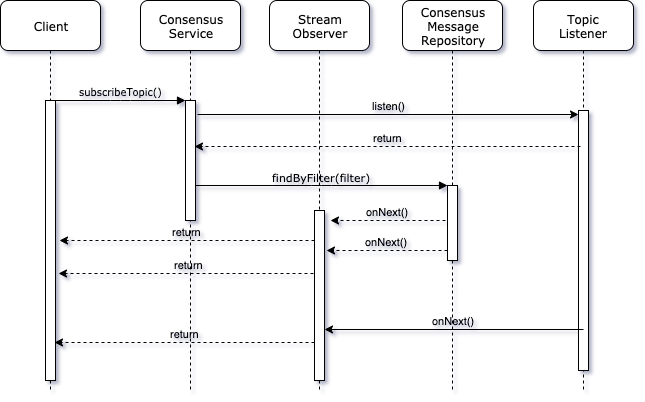
The draw.io diagram docs/design/hcs-consensus-service.png in hashgraph/hedera-mirror-node, before a commit. Source tidied: cells renumbered, new cells last; positions are measured from the earlier drawing's top-left corner, leaving out a move shared by most shapes.
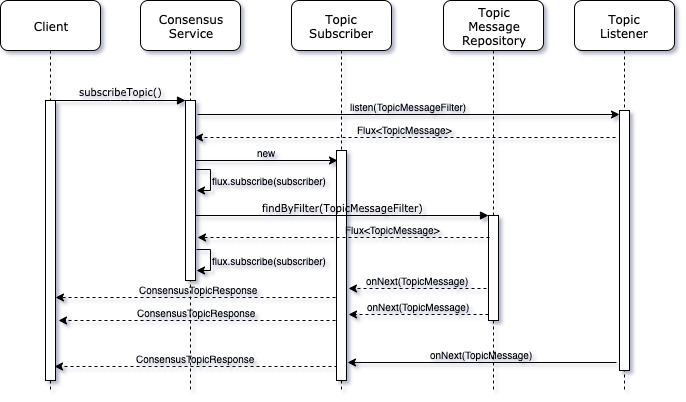
The same file after the commit.

Commit message:
Review feedback

Diff of the diagram source:
```diff
@@ -6,22 +6,33 @@
       <mxGeometry x="140" width="100" height="390" as="geometry" />
     </mxCell>
     <mxCell id="3" style="html=1;points=[];perimeter=orthogonalPerimeter;rounded=0;shadow=0;comic=0;labelBackgroundColor=none;strokeWidth=1;fontFamily=Verdana;fontSize=12;align=center;" parent="2" vertex="1">
-      <mxGeometry x="45" y="100" width="10" height="120" as="geometry" />
+      <mxGeometry x="45" y="100" width="10" height="180" as="geometry" />
     </mxCell>
+    <mxCell id="22" value="flux.subscribe(subscriber)" style="edgeStyle=orthogonalEdgeStyle;rounded=0;orthogonalLoop=1;jettySize=auto;html=1;labelBackgroundColor=none;fontSize=10;labelPosition=right;verticalLabelPosition=middle;align=left;verticalAlign=middle;" parent="2" edge="1">
+      <mxGeometry relative="1" as="geometry">
+        <mxPoint x="56" y="169" as="sourcePoint" />
+        <mxPoint x="56" y="190" as="targetPoint" />
+        <Array as="points">
+          <mxPoint x="70" y="169" />
+          <mxPoint x="70" y="190" />
+          <mxPoint x="56" y="190" />
+        </Array>
+      </mxGeometry>
+    </mxCell>
-    <mxCell id="4" value="Consensus&lt;br&gt;Message&lt;br&gt;Repository" style="shape=umlLifeline;perimeter=lifelinePerimeter;whiteSpace=wrap;html=1;rounded=1;shadow=0;comic=0;labelBackgroundColor=none;strokeWidth=1;fontFamily=Verdana;fontSize=12;align=center;size=50;" parent="1" vertex="1">
-      <mxGeometry x="402" width="100" height="390" as="geometry" />
+    <mxCell id="4" value="Topic&lt;br&gt;Message&lt;br&gt;Repository" style="shape=umlLifeline;perimeter=lifelinePerimeter;whiteSpace=wrap;html=1;rounded=1;shadow=0;comic=0;labelBackgroundColor=none;strokeWidth=1;fontFamily=Verdana;fontSize=12;align=center;size=50;" parent="1" vertex="1">
+      <mxGeometry x="443" width="100" height="390" as="geometry" />
     </mxCell>
     <mxCell id="5" style="html=1;points=[];perimeter=orthogonalPerimeter;rounded=0;shadow=0;comic=0;labelBackgroundColor=none;strokeWidth=1;fontFamily=Verdana;fontSize=12;align=center;" parent="4" vertex="1">
-      <mxGeometry x="45" y="185" width="10" height="75" as="geometry" />
+      <mxGeometry x="45" y="215" width="10" height="105" as="geometry" />
     </mxCell>
     <mxCell id="6" value="Topic&lt;br&gt;Listener" style="shape=umlLifeline;perimeter=lifelinePerimeter;whiteSpace=wrap;html=1;rounded=1;shadow=0;comic=0;labelBackgroundColor=none;strokeWidth=1;fontFamily=Verdana;fontSize=12;align=center;size=50;" parent="1" vertex="1">
-      <mxGeometry x="533" width="100" height="390" as="geometry" />
+      <mxGeometry x="574" width="100" height="390" as="geometry" />
     </mxCell>
     <mxCell id="7" style="html=1;points=[];perimeter=orthogonalPerimeter;rounded=0;shadow=0;comic=0;labelBackgroundColor=none;strokeWidth=1;fontFamily=Verdana;fontSize=12;align=center;" parent="6" vertex="1">
       <mxGeometry x="45" y="110" width="10" height="260" as="geometry" />
     </mxCell>
-    <mxCell id="8" value="Stream&lt;br&gt;Observer" style="shape=umlLifeline;perimeter=lifelinePerimeter;whiteSpace=wrap;html=1;rounded=1;shadow=0;comic=0;labelBackgroundColor=none;strokeWidth=1;fontFamily=Verdana;fontSize=12;align=center;size=50;" parent="1" vertex="1">
-      <mxGeometry x="269" width="100" height="390" as="geometry" />
+    <mxCell id="8" value="Topic&lt;br&gt;Subscriber" style="shape=umlLifeline;perimeter=lifelinePerimeter;whiteSpace=wrap;html=1;rounded=1;shadow=0;comic=0;labelBackgroundColor=none;strokeWidth=1;fontFamily=Verdana;fontSize=12;align=center;size=50;" parent="1" vertex="1">
+      <mxGeometry x="291" width="100" height="390" as="geometry" />
     </mxCell>
     <mxCell id="9" value="Client" style="shape=umlLifeline;perimeter=lifelinePerimeter;whiteSpace=wrap;html=1;rounded=1;shadow=0;comic=0;labelBackgroundColor=none;strokeWidth=1;fontFamily=Verdana;fontSize=12;align=center;size=50;" parent="1" vertex="1">
       <mxGeometry width="100" height="390" as="geometry" />
@@ -29,56 +40,82 @@
     <mxCell id="10" style="html=1;points=[];perimeter=orthogonalPerimeter;rounded=0;shadow=0;comic=0;labelBackgroundColor=none;strokeWidth=1;fontFamily=Verdana;fontSize=12;align=center;" parent="9" vertex="1">
       <mxGeometry x="45" y="100" width="10" height="280" as="geometry" />
     </mxCell>
-    <mxCell id="11" value="return" style="edgeStyle=orthogonalEdgeStyle;rounded=0;orthogonalLoop=1;jettySize=auto;html=1;labelBackgroundColor=none;labelPosition=center;verticalLabelPosition=top;align=center;verticalAlign=bottom;dashed=1;" parent="1" edge="1">
+    <mxCell id="11" value="ConsensusTopicResponse" style="edgeStyle=orthogonalEdgeStyle;rounded=0;jettySize=auto;html=1;labelBackgroundColor=none;labelPosition=center;verticalLabelPosition=top;align=center;verticalAlign=bottom;dashed=1;entryX=1;entryY=0.679;entryDx=0;entryDy=0;entryPerimeter=0;exitX=0.5;exitY=0.639;exitDx=0;exitDy=0;exitPerimeter=0;fontSize=10;" parent="1" edge="1" source="14">
       <mxGeometry relative="1" as="geometry">
-        <mxPoint x="314" y="240" as="sourcePoint" />
-        <mxPoint x="59" y="240" as="targetPoint" />
+        <mxPoint x="55" y="297" as="targetPoint" />
       </mxGeometry>
     </mxCell>
-    <mxCell id="12" value="return" style="edgeStyle=orthogonalEdgeStyle;rounded=0;jettySize=auto;html=1;entryX=1.3;entryY=0.618;entryDx=0;entryDy=0;entryPerimeter=0;dashed=1;labelBackgroundColor=none;fontSize=11;exitX=0.5;exitY=0.371;exitDx=0;exitDy=0;exitPerimeter=0;labelPosition=center;verticalLabelPosition=top;align=center;verticalAlign=bottom;" parent="1" edge="1" source="14" target="10">
-      <mxGeometry relative="1" as="geometry" />
+    <mxCell id="12" value="ConsensusTopicResponse" style="edgeStyle=orthogonalEdgeStyle;rounded=0;orthogonalLoop=1;jettySize=auto;html=1;entryX=1.3;entryY=0.618;entryDx=0;entryDy=0;entryPerimeter=0;dashed=1;labelBackgroundColor=none;fontSize=10;exitX=-0.1;exitY=0.7;exitDx=0;exitDy=0;exitPerimeter=0;labelPosition=center;verticalLabelPosition=top;align=center;verticalAlign=bottom;" parent="1" edge="1">
+      <mxGeometry relative="1" as="geometry">
+        <mxPoint x="335" y="320" as="sourcePoint" />
+        <mxPoint x="58" y="320" as="targetPoint" />
+      </mxGeometry>
     </mxCell>
-    <mxCell id="13" value="return" style="edgeStyle=orthogonalEdgeStyle;rounded=0;jettySize=auto;html=1;entryX=0.9;entryY=0.864;entryDx=0;entryDy=0;entryPerimeter=0;dashed=1;labelBackgroundColor=none;fontSize=11;exitX=0;exitY=0.776;exitDx=0;exitDy=0;exitPerimeter=0;labelPosition=center;verticalLabelPosition=top;align=center;verticalAlign=bottom;" parent="1" edge="1" source="14" target="10">
-      <mxGeometry relative="1" as="geometry" />
+    <mxCell id="13" value="ConsensusTopicResponse" style="edgeStyle=orthogonalEdgeStyle;rounded=0;jettySize=auto;html=1;dashed=1;labelBackgroundColor=none;fontSize=10;exitX=0;exitY=0.943;exitDx=0;exitDy=0;exitPerimeter=0;labelPosition=center;verticalLabelPosition=top;align=center;verticalAlign=bottom;" parent="1" edge="1" source="14">
+      <mxGeometry relative="1" as="geometry">
+        <mxPoint x="54" y="366" as="targetPoint" />
+        <Array as="points">
+          <mxPoint x="336" y="366" />
+          <mxPoint x="54" y="366" />
+        </Array>
+      </mxGeometry>
     </mxCell>
     <mxCell id="14" style="html=1;points=[];perimeter=orthogonalPerimeter;rounded=0;shadow=0;comic=0;labelBackgroundColor=none;strokeColor=#000000;strokeWidth=1;fillColor=#FFFFFF;fontFamily=Verdana;fontSize=12;fontColor=#000000;align=center;" parent="1" vertex="1">
-      <mxGeometry x="314" y="210" width="10" height="170" as="geometry" />
+      <mxGeometry x="336" y="150" width="10" height="230" as="geometry" />
     </mxCell>
     <mxCell id="15" value="&lt;font style=&quot;font-size: 10px&quot;&gt;subscribeTopic()&lt;/font&gt;" style="html=1;verticalAlign=bottom;endArrow=block;entryX=0;entryY=0;labelBackgroundColor=none;fontFamily=Verdana;fontSize=12;edgeStyle=elbowEdgeStyle;elbow=vertical;" parent="1" edge="1" source="10" target="3">
       <mxGeometry relative="1" as="geometry" />
     </mxCell>
-    <mxCell id="16" value="findByFilter(filter)" style="html=1;verticalAlign=bottom;endArrow=block;entryX=0;entryY=0;labelBackgroundColor=none;fontFamily=Verdana;fontSize=11;edgeStyle=elbowEdgeStyle;elbow=vertical;labelPosition=center;verticalLabelPosition=top;align=center;" parent="1" edge="1" target="5">
+    <mxCell id="16" value="findByFilter(TopicMessageFilter)" style="html=1;verticalAlign=bottom;endArrow=block;entryX=0;entryY=0;labelBackgroundColor=none;fontFamily=Verdana;fontSize=10;edgeStyle=elbowEdgeStyle;elbow=vertical;labelPosition=center;verticalLabelPosition=top;align=center;" parent="1" edge="1" target="5">
       <mxGeometry relative="1" as="geometry">
-        <mxPoint x="195" y="185" as="sourcePoint" />
+        <mxPoint x="195" y="215" as="sourcePoint" />
       </mxGeometry>
     </mxCell>
-    <mxCell id="17" value="onNext()" style="edgeStyle=orthogonalEdgeStyle;rounded=0;orthogonalLoop=1;jettySize=auto;html=1;dashed=1;exitX=-0.2;exitY=0.956;exitDx=0;exitDy=0;exitPerimeter=0;labelPosition=center;verticalLabelPosition=top;align=center;verticalAlign=bottom;labelBackgroundColor=none;fontSize=11;" parent="1" edge="1">
+    <mxCell id="17" value="onNext(TopicMessage)" style="edgeStyle=orthogonalEdgeStyle;rounded=0;orthogonalLoop=1;jettySize=auto;html=1;dashed=1;labelPosition=center;verticalLabelPosition=top;align=center;verticalAlign=bottom;labelBackgroundColor=none;fontSize=10;exitX=-0.2;exitY=0.61;exitDx=0;exitDy=0;exitPerimeter=0;" parent="1" edge="1">
       <mxGeometry relative="1" as="geometry">
-        <mxPoint x="445" y="220" as="sourcePoint" />
-        <mxPoint x="330" y="220" as="targetPoint" />
+        <mxPoint x="486" y="288" as="sourcePoint" />
+        <mxPoint x="348" y="288" as="targetPoint" />
       </mxGeometry>
     </mxCell>
-    <mxCell id="18" value="listen()" style="edgeStyle=orthogonalEdgeStyle;rounded=0;jettySize=auto;html=1;entryX=0;entryY=0.015;entryDx=0;entryDy=0;entryPerimeter=0;labelPosition=center;verticalLabelPosition=top;align=center;verticalAlign=bottom;labelBackgroundColor=none;" parent="1" edge="1" target="7">
+    <mxCell id="18" value="listen(TopicMessageFilter)" style="edgeStyle=orthogonalEdgeStyle;rounded=0;jettySize=auto;html=1;entryX=0;entryY=0.015;entryDx=0;entryDy=0;entryPerimeter=0;labelPosition=center;verticalLabelPosition=top;align=center;verticalAlign=bottom;labelBackgroundColor=none;fontSize=10;" parent="1" edge="1" target="7">
       <mxGeometry relative="1" as="geometry">
         <mxPoint x="197" y="114" as="sourcePoint" />
       </mxGeometry>
     </mxCell>
-    <mxCell id="19" value="return" style="edgeStyle=orthogonalEdgeStyle;rounded=0;orthogonalLoop=1;jettySize=auto;html=1;entryX=0.9;entryY=0.168;entryDx=0;entryDy=0;entryPerimeter=0;dashed=1;labelPosition=center;verticalLabelPosition=top;align=center;verticalAlign=bottom;labelBackgroundColor=none;" parent="1" edge="1">
+    <mxCell id="19" value="Flux&amp;lt;TopicMessage&amp;gt;" style="edgeStyle=orthogonalEdgeStyle;rounded=0;jettySize=auto;html=1;entryX=0.9;entryY=0.168;entryDx=0;entryDy=0;entryPerimeter=0;dashed=1;labelPosition=center;verticalLabelPosition=top;align=center;verticalAlign=bottom;labelBackgroundColor=none;exitX=-0.4;exitY=0.104;exitDx=0;exitDy=0;exitPerimeter=0;fontSize=10;" parent="1" edge="1" source="7">
       <mxGeometry relative="1" as="geometry">
-        <mxPoint x="580" y="146" as="sourcePoint" />
-        <mxPoint x="194" y="146" as="targetPoint" />
+        <mxPoint x="194" y="137" as="targetPoint" />
       </mxGeometry>
     </mxCell>
-    <mxCell id="20" value="onNext()" style="edgeStyle=orthogonalEdgeStyle;rounded=0;orthogonalLoop=1;jettySize=auto;html=1;labelBackgroundColor=none;exitX=0.5;exitY=0.863;exitDx=0;exitDy=0;exitPerimeter=0;labelPosition=center;verticalLabelPosition=top;align=center;verticalAlign=bottom;" parent="1" edge="1">
+    <mxCell id="20" value="onNext(TopicMessage)" style="edgeStyle=orthogonalEdgeStyle;rounded=0;jettySize=auto;html=1;labelBackgroundColor=none;labelPosition=center;verticalLabelPosition=top;align=center;verticalAlign=bottom;fontSize=10;entryX=1.1;entryY=0.922;entryDx=0;entryDy=0;entryPerimeter=0;" parent="1" edge="1" target="14">
       <mxGeometry relative="1" as="geometry">
-        <mxPoint x="583" y="329" as="sourcePoint" />
-        <mxPoint x="324" y="329" as="targetPoint" />
+        <mxPoint x="616" y="362" as="sourcePoint" />
       </mxGeometry>
     </mxCell>
-    <mxCell id="21" value="onNext()" style="edgeStyle=orthogonalEdgeStyle;rounded=0;jettySize=auto;html=1;dashed=1;labelBackgroundColor=none;fontSize=11;exitX=0;exitY=0.867;exitDx=0;exitDy=0;exitPerimeter=0;labelPosition=center;verticalLabelPosition=top;align=center;verticalAlign=bottom;" parent="1" edge="1" source="5">
+    <mxCell id="21" value="onNext(TopicMessage)" style="edgeStyle=orthogonalEdgeStyle;rounded=0;orthogonalLoop=1;jettySize=auto;html=1;dashed=1;labelBackgroundColor=none;fontSize=10;exitX=0;exitY=0.867;exitDx=0;exitDy=0;exitPerimeter=0;labelPosition=center;verticalLabelPosition=top;align=center;verticalAlign=bottom;" parent="1" edge="1">
       <mxGeometry relative="1" as="geometry">
-        <mxPoint x="326" y="250" as="targetPoint" />
+        <mxPoint x="488" y="314" as="sourcePoint" />
+        <mxPoint x="348" y="314" as="targetPoint" />
       </mxGeometry>
     </mxCell>
+    <mxCell id="23" value="new" style="edgeStyle=orthogonalEdgeStyle;rounded=0;jettySize=auto;html=1;entryX=0.1;entryY=0.043;entryDx=0;entryDy=0;entryPerimeter=0;labelBackgroundColor=none;fontSize=10;labelPosition=center;verticalLabelPosition=top;align=center;verticalAlign=bottom;" parent="1" edge="1" target="14">
+      <mxGeometry relative="1" as="geometry">
+        <mxPoint x="195" y="160" as="sourcePoint" />
+      </mxGeometry>
+    </mxCell>
+    <mxCell id="24" value="Flux&amp;lt;TopicMessage&amp;gt;" style="edgeStyle=orthogonalEdgeStyle;rounded=0;jettySize=auto;html=1;entryX=1.2;entryY=0.761;entryDx=0;entryDy=0;entryPerimeter=0;labelBackgroundColor=none;fontSize=10;dashed=1;exitX=0.1;exitY=0.21;exitDx=0;exitDy=0;exitPerimeter=0;labelPosition=right;verticalLabelPosition=top;align=left;verticalAlign=bottom;" parent="1" edge="1" source="5" target="3">
+      <mxGeometry relative="1" as="geometry" />
+    </mxCell>
+    <mxCell id="25" value="flux.subscribe(subscriber)" style="edgeStyle=orthogonalEdgeStyle;rounded=0;orthogonalLoop=1;jettySize=auto;html=1;labelBackgroundColor=none;fontSize=10;labelPosition=right;verticalLabelPosition=middle;align=left;verticalAlign=middle;" parent="1" edge="1">
+      <mxGeometry relative="1" as="geometry">
+        <mxPoint x="196" y="249" as="sourcePoint" />
+        <mxPoint x="196" y="270" as="targetPoint" />
+        <Array as="points">
+          <mxPoint x="210" y="249" />
+          <mxPoint x="210" y="270" />
+          <mxPoint x="196" y="270" />
+        </Array>
+      </mxGeometry>
+    </mxCell>
   </root>
 </mxGraphModel>
```
